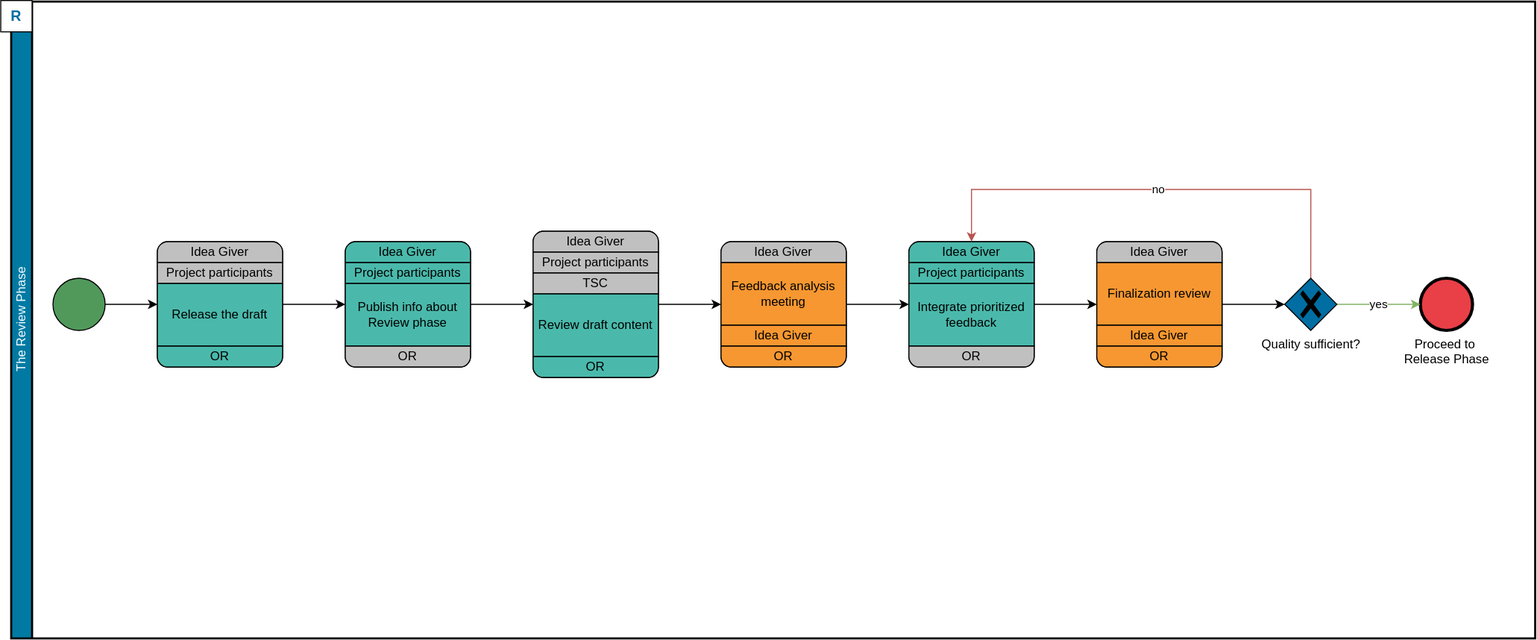
asam-ev/asam-project-guide keeps this draw.io diagram as projectintroduction/v1.0.0/compendium/_images/asam/review_phase.drawio.svg. Above is the earlier version. Source tidied: cells renumbered, new cells last; positions are measured from the earlier drawing's top-left corner, leaving out a move shared by most shapes.
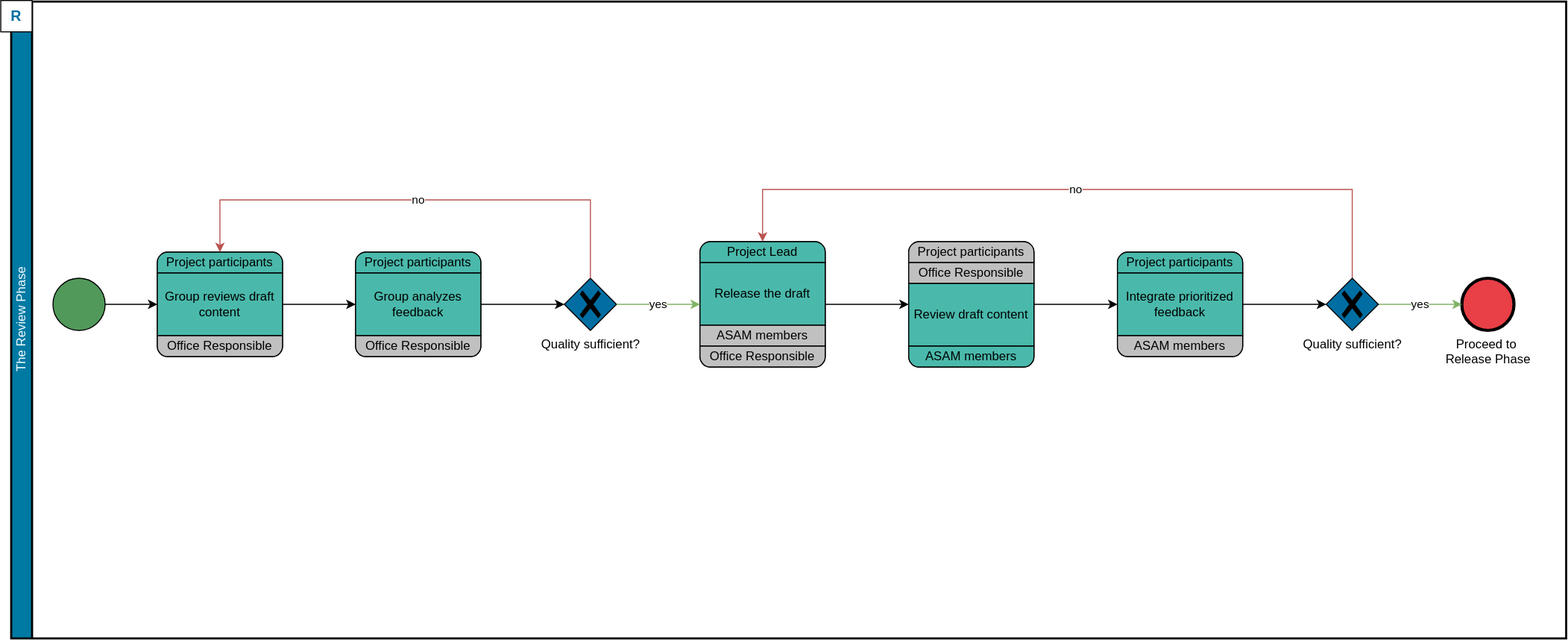
After the change.

Diff of the diagram source:
```diff
@@ -3,144 +3,128 @@
     <mxCell id="0" />
     <mxCell id="1" parent="0" />
     <mxCell id="2" value="The Review Phase" style="swimlane;html=1;startSize=20;fontStyle=0;horizontal=0;swimlaneLine=1;swimlaneFillColor=#ffffff;strokeWidth=2;fillColor=#007AA3;fontColor=#F5FDFF;" parent="1" vertex="1">
-      <mxGeometry x="10" y="1" width="1460" height="610" as="geometry" />
+      <mxGeometry x="10" y="1" width="1490" height="610" as="geometry" />
     </mxCell>
     <mxCell id="3" value="R" style="whiteSpace=wrap;html=1;fontColor=#006EA2;fillColor=#FFFFFF;fontSize=14;fontStyle=1;" parent="2" vertex="1">
       <mxGeometry x="-10" y="-1" width="30" height="30" as="geometry" />
     </mxCell>
-    <mxCell id="4" value="Draft Project Proposal, gather ideas and feature requests" style="rounded=1;whiteSpace=wrap;html=1;absoluteArcSize=1;arcSize=20;horizontal=1;fillColor=#4AB9AB;" parent="2" vertex="1">
-      <mxGeometry x="320" y="230" width="120" height="120" as="geometry" />
-    </mxCell>
-    <mxCell id="5" value="Idea Giver" style="whiteSpace=wrap;html=1;shape=mxgraph.basic.rect;size=10;rectStyle=rounded;bottomRightStyle=square;bottomLeftStyle=square;fillColor=#4AB9AB;" parent="4" vertex="1">
-      <mxGeometry width="120" height="20" as="geometry" />
-    </mxCell>
-    <mxCell id="6" value="Project participants" style="shape=mxgraph.bpmn.task;taskMarker=abstract;rectStyle=square;whiteSpace=wrap;fillColor=#4AB9AB;" parent="4" vertex="1">
-      <mxGeometry y="20" width="120" height="20" as="geometry" />
-    </mxCell>
-    <mxCell id="7" value="Publish info about Review phase" style="shape=mxgraph.bpmn.task;taskMarker=abstract;whiteSpace=wrap;fillColor=#4AB9AB;" parent="4" vertex="1">
-      <mxGeometry y="40" width="120" height="60" as="geometry" />
-    </mxCell>
-    <mxCell id="8" value="GTM" style="whiteSpace=wrap;html=1;shape=mxgraph.basic.rect;size=10;rectStyle=rounded;topRightStyle=square;topLeftStyle=square;fillColor=#C0C0C0;" parent="4" vertex="1">
-      <mxGeometry y="100" width="120" height="20" as="geometry" />
-    </mxCell>
-    <mxCell id="9" style="edgeStyle=orthogonalEdgeStyle;rounded=0;jettySize=auto;html=1;exitX=1;exitY=0.5;exitDx=0;exitDy=0;endArrow=classic;endFill=1;" parent="2" edge="1" source="4" target="12">
+    <mxCell id="9" style="edgeStyle=orthogonalEdgeStyle;rounded=0;jettySize=auto;html=1;endArrow=classic;endFill=1;" parent="2" edge="1" source="21" target="12">
       <mxGeometry relative="1" as="geometry" />
     </mxCell>
     <mxCell id="10" style="points=[[0.145,0.145,0],[0.5,0,0],[0.855,0.145,0],[1,0.5,0],[0.855,0.855,0],[0.5,1,0],[0.145,0.855,0],[0,0.5,0]];shape=mxgraph.bpmn.event;html=1;verticalLabelPosition=bottom;labelBackgroundColor=#ffffff;verticalAlign=top;align=center;perimeter=ellipsePerimeter;outlineConnect=0;outline=standard;symbol=general;fillColor=#51995B;" parent="2" vertex="1">
       <mxGeometry x="40" y="265" width="50" height="50" as="geometry" />
     </mxCell>
-    <mxCell id="11" style="edgeStyle=orthogonalEdgeStyle;rounded=0;jettySize=auto;html=1;" parent="2" edge="1" source="10" target="21">
-      <mxGeometry relative="1" as="geometry" />
-    </mxCell>
     <mxCell id="12" value="Draft Project Proposal, gather ideas and feature requests" style="rounded=1;whiteSpace=wrap;html=1;absoluteArcSize=1;arcSize=20;horizontal=1;fillColor=#4AB9AB;" parent="2" vertex="1">
-      <mxGeometry x="500" y="220" width="120" height="140" as="geometry" />
+      <mxGeometry x="860" y="230" width="120" height="120" as="geometry" />
     </mxCell>
-    <mxCell id="13" value="Idea Giver" style="whiteSpace=wrap;html=1;shape=mxgraph.basic.rect;size=10;rectStyle=rounded;bottomRightStyle=square;bottomLeftStyle=square;fillColor=#C0C0C0;" parent="12" vertex="1">
+    <mxCell id="13" value="Project participants" style="whiteSpace=wrap;html=1;shape=mxgraph.basic.rect;size=10;rectStyle=rounded;bottomRightStyle=square;bottomLeftStyle=square;fillColor=#C0C0C0;" parent="12" vertex="1">
       <mxGeometry width="120" height="20" as="geometry" />
     </mxCell>
-    <mxCell id="14" value="Project participants" style="shape=mxgraph.bpmn.task;taskMarker=abstract;rectStyle=square;whiteSpace=wrap;fillColor=#C0C0C0;" parent="12" vertex="1">
-      <mxGeometry y="20" width="120" height="20" as="geometry" />
-    </mxCell>
-    <mxCell id="15" value="TSC" style="shape=mxgraph.bpmn.task;taskMarker=abstract;rectStyle=square;whiteSpace=wrap;fillColor=#C0C0C0;" parent="12" vertex="1">
-      <mxGeometry y="40" width="120" height="20" as="geometry" />
-    </mxCell>
+    <mxCell id="47" value="Office Responsible" style="shape=mxgraph.bpmn.task;taskMarker=abstract;rectStyle=square;whiteSpace=wrap;fillColor=#C0C0C0;" parent="12" vertex="1">
+      <mxGeometry y="20" width="120" height="20" as="geometry" />
+    </mxCell>
     <mxCell id="16" value="Review draft content" style="shape=mxgraph.bpmn.task;taskMarker=abstract;whiteSpace=wrap;fillColor=#4AB9AB;" parent="12" vertex="1">
-      <mxGeometry y="60" width="120" height="60" as="geometry" />
+      <mxGeometry y="40" width="120" height="60" as="geometry" />
     </mxCell>
-    <mxCell id="17" value="GTM" style="whiteSpace=wrap;html=1;shape=mxgraph.basic.rect;size=10;rectStyle=rounded;topRightStyle=square;topLeftStyle=square;fillColor=#4AB9AB;" parent="12" vertex="1">
-      <mxGeometry y="120" width="120" height="20" as="geometry" />
+    <mxCell id="17" value="ASAM members" style="whiteSpace=wrap;html=1;shape=mxgraph.basic.rect;size=10;rectStyle=rounded;topRightStyle=square;topLeftStyle=square;fillColor=#4AB9AB;" parent="12" vertex="1">
+      <mxGeometry y="100" width="120" height="20" as="geometry" />
     </mxCell>
-    <mxCell id="18" style="edgeStyle=orthogonalEdgeStyle;rounded=0;jettySize=auto;html=1;exitX=1;exitY=0.5;exitDx=0;exitDy=0;" parent="2" edge="1" source="12" target="28">
+    <mxCell id="18" style="edgeStyle=orthogonalEdgeStyle;rounded=0;jettySize=auto;html=1;exitX=1;exitY=0.5;exitDx=0;exitDy=0;" parent="2" edge="1" source="12" target="34">
       <mxGeometry relative="1" as="geometry" />
     </mxCell>
     <mxCell id="19" value="Proceed to&amp;nbsp;&lt;br&gt;Release Phase" style="points=[[0.145,0.145,0],[0.5,0,0],[0.855,0.145,0],[1,0.5,0],[0.855,0.855,0],[0.5,1,0],[0.145,0.855,0],[0,0.5,0]];shape=mxgraph.bpmn.event;html=1;verticalLabelPosition=bottom;labelBackgroundColor=#ffffff;verticalAlign=top;align=center;perimeter=ellipsePerimeter;outlineConnect=0;outline=end;symbol=terminate2;fillColor=#E93F47;" parent="2" vertex="1">
-      <mxGeometry x="1350" y="265" width="50" height="50" as="geometry" />
+      <mxGeometry x="1390" y="265" width="50" height="50" as="geometry" />
     </mxCell>
     <mxCell id="20" value="yes" style="edgeStyle=orthogonalEdgeStyle;rounded=0;jettySize=auto;html=1;fillColor=#d5e8d4;strokeColor=#82b366;" parent="2" edge="1" source="46" target="19">
       <mxGeometry relative="1" as="geometry" />
     </mxCell>
     <mxCell id="21" value="Draft Project Proposal, gather ideas and feature requests" style="rounded=1;whiteSpace=wrap;html=1;absoluteArcSize=1;arcSize=20;horizontal=1;fillColor=#4AB9AB;" parent="2" vertex="1">
-      <mxGeometry x="140" y="230" width="120" height="120" as="geometry" />
+      <mxGeometry x="660" y="230" width="120" height="120" as="geometry" />
     </mxCell>
-    <mxCell id="22" value="Idea Giver" style="whiteSpace=wrap;html=1;shape=mxgraph.basic.rect;size=10;rectStyle=rounded;bottomRightStyle=square;bottomLeftStyle=square;fillColor=#C0C0C0;" parent="21" vertex="1">
+    <mxCell id="22" value="Project Lead" style="whiteSpace=wrap;html=1;shape=mxgraph.basic.rect;size=10;rectStyle=rounded;bottomRightStyle=square;bottomLeftStyle=square;fillColor=#4AB9AB;" parent="21" vertex="1">
       <mxGeometry width="120" height="20" as="geometry" />
     </mxCell>
-    <mxCell id="23" value="Project participants" style="shape=mxgraph.bpmn.task;taskMarker=abstract;rectStyle=square;whiteSpace=wrap;fillColor=#C0C0C0;" parent="21" vertex="1">
-      <mxGeometry y="20" width="120" height="20" as="geometry" />
-    </mxCell>
     <mxCell id="24" value="Release the draft" style="shape=mxgraph.bpmn.task;taskMarker=abstract;whiteSpace=wrap;fillColor=#4AB9AB;" parent="21" vertex="1">
-      <mxGeometry y="40" width="120" height="60" as="geometry" />
+      <mxGeometry y="20" width="120" height="60" as="geometry" />
     </mxCell>
+    <mxCell id="48" value="ASAM members" style="shape=mxgraph.bpmn.task;taskMarker=abstract;rectStyle=square;whiteSpace=wrap;fillColor=#C0C0C0;" parent="21" vertex="1">
+      <mxGeometry y="80" width="120" height="20" as="geometry" />
+    </mxCell>
-    <mxCell id="25" value="GTM" style="whiteSpace=wrap;html=1;shape=mxgraph.basic.rect;size=10;rectStyle=rounded;topRightStyle=square;topLeftStyle=square;fillColor=#4AB9AB;rounded=1;arcSize=20;" parent="21" vertex="1">
+    <mxCell id="25" value="Office Responsible" style="whiteSpace=wrap;html=1;shape=mxgraph.basic.rect;size=10;rectStyle=rounded;topRightStyle=square;topLeftStyle=square;fillColor=#C0C0C0;rounded=1;arcSize=20;" parent="21" vertex="1">
       <mxGeometry y="100" width="120" height="20" as="geometry" />
     </mxCell>
-    <mxCell id="26" style="edgeStyle=orthogonalEdgeStyle;rounded=0;jettySize=auto;html=1;" parent="2" edge="1" source="21" target="4">
-      <mxGeometry relative="1" as="geometry" />
-    </mxCell>
-    <mxCell id="27" style="edgeStyle=orthogonalEdgeStyle;rounded=0;jettySize=auto;html=1;" parent="2" edge="1" source="28" target="34">
-      <mxGeometry relative="1" as="geometry" />
-    </mxCell>
-    <mxCell id="28" value="Draft Project Proposal, gather ideas and feature requests" style="rounded=1;whiteSpace=wrap;html=1;absoluteArcSize=1;arcSize=20;horizontal=1;fillColor=#4AB9AB;" parent="2" vertex="1">
-      <mxGeometry x="680" y="230" width="120" height="120" as="geometry" />
-    </mxCell>
-    <mxCell id="29" value="Idea Giver" style="whiteSpace=wrap;html=1;shape=mxgraph.basic.rect;size=10;rectStyle=rounded;bottomRightStyle=square;bottomLeftStyle=square;fillColor=#C0C0C0;" parent="28" vertex="1">
-      <mxGeometry width="120" height="20" as="geometry" />
-    </mxCell>
-    <mxCell id="30" value="Feedback analysis meeting" style="shape=mxgraph.bpmn.task;taskMarker=abstract;whiteSpace=wrap;fillColor=#F69731;" parent="28" vertex="1">
-      <mxGeometry y="20" width="120" height="60" as="geometry" />
-    </mxCell>
-    <mxCell id="31" value="Idea Giver" style="shape=mxgraph.bpmn.task;taskMarker=abstract;rectStyle=square;whiteSpace=wrap;fillColor=#F69731;" parent="28" vertex="1">
-      <mxGeometry y="80" width="120" height="20" as="geometry" />
-    </mxCell>
-    <mxCell id="32" value="GTM" style="whiteSpace=wrap;html=1;shape=mxgraph.basic.rect;size=10;rectStyle=rounded;topRightStyle=square;topLeftStyle=square;fillColor=#F69731;" parent="28" vertex="1">
-      <mxGeometry y="100" width="120" height="20" as="geometry" />
-    </mxCell>
-    <mxCell id="33" style="edgeStyle=orthogonalEdgeStyle;rounded=0;jettySize=auto;html=1;" parent="2" edge="1" source="34" target="40">
-      <mxGeometry relative="1" as="geometry" />
-    </mxCell>
     <mxCell id="34" value="Draft Project Proposal, gather ideas and feature requests" style="rounded=1;whiteSpace=wrap;html=1;absoluteArcSize=1;arcSize=20;horizontal=1;fillColor=#4AB9AB;" parent="2" vertex="1">
-      <mxGeometry x="860" y="230" width="120" height="120" as="geometry" />
+      <mxGeometry x="1060" y="240" width="120" height="100" as="geometry" />
     </mxCell>
-    <mxCell id="35" value="Idea Giver" style="whiteSpace=wrap;html=1;shape=mxgraph.basic.rect;size=10;rectStyle=rounded;bottomRightStyle=square;bottomLeftStyle=square;fillColor=#4AB9AB;" parent="34" vertex="1">
+    <mxCell id="35" value="Project participants" style="whiteSpace=wrap;html=1;shape=mxgraph.basic.rect;size=10;rectStyle=rounded;bottomRightStyle=square;bottomLeftStyle=square;fillColor=#4AB9AB;" parent="34" vertex="1">
       <mxGeometry width="120" height="20" as="geometry" />
     </mxCell>
-    <mxCell id="36" value="Project participants" style="shape=mxgraph.bpmn.task;taskMarker=abstract;rectStyle=square;whiteSpace=wrap;fillColor=#4AB9AB;" parent="34" vertex="1">
-      <mxGeometry y="20" width="120" height="20" as="geometry" />
-    </mxCell>
     <mxCell id="37" value="Integrate prioritized feedback" style="shape=mxgraph.bpmn.task;taskMarker=abstract;whiteSpace=wrap;fillColor=#4AB9AB;" parent="34" vertex="1">
-      <mxGeometry y="40" width="120" height="60" as="geometry" />
+      <mxGeometry y="20" width="120" height="60" as="geometry" />
     </mxCell>
-    <mxCell id="38" value="GTM" style="whiteSpace=wrap;html=1;shape=mxgraph.basic.rect;size=10;rectStyle=rounded;topRightStyle=square;topLeftStyle=square;fillColor=#C0C0C0;" parent="34" vertex="1">
-      <mxGeometry y="100" width="120" height="20" as="geometry" />
+    <mxCell id="38" value="ASAM members" style="whiteSpace=wrap;html=1;shape=mxgraph.basic.rect;size=10;rectStyle=rounded;topRightStyle=square;topLeftStyle=square;fillColor=#C0C0C0;" parent="34" vertex="1">
+      <mxGeometry y="80" width="120" height="20" as="geometry" />
     </mxCell>
-    <mxCell id="39" style="edgeStyle=orthogonalEdgeStyle;rounded=0;jettySize=auto;html=1;" parent="2" edge="1" source="40" target="46">
+    <mxCell id="39" style="edgeStyle=orthogonalEdgeStyle;rounded=0;jettySize=auto;html=1;" parent="2" edge="1" source="34" target="46">
       <mxGeometry relative="1" as="geometry" />
     </mxCell>
-    <mxCell id="40" value="Draft Project Proposal, gather ideas and feature requests" style="rounded=1;whiteSpace=wrap;html=1;absoluteArcSize=1;arcSize=20;horizontal=1;fillColor=#4AB9AB;" parent="2" vertex="1">
-      <mxGeometry x="1040" y="230" width="120" height="120" as="geometry" />
-    </mxCell>
-    <mxCell id="41" value="Idea Giver" style="whiteSpace=wrap;html=1;shape=mxgraph.basic.rect;size=10;rectStyle=rounded;bottomRightStyle=square;bottomLeftStyle=square;fillColor=#C0C0C0;" parent="40" vertex="1">
-      <mxGeometry width="120" height="20" as="geometry" />
-    </mxCell>
-    <mxCell id="42" value="Finalization review" style="shape=mxgraph.bpmn.task;taskMarker=abstract;whiteSpace=wrap;fillColor=#F69731;" parent="40" vertex="1">
-      <mxGeometry y="20" width="120" height="60" as="geometry" />
-    </mxCell>
-    <mxCell id="43" value="Idea Giver" style="shape=mxgraph.bpmn.task;taskMarker=abstract;rectStyle=square;whiteSpace=wrap;fillColor=#F69731;" parent="40" vertex="1">
-      <mxGeometry y="80" width="120" height="20" as="geometry" />
-    </mxCell>
-    <mxCell id="44" value="GTM" style="whiteSpace=wrap;html=1;shape=mxgraph.basic.rect;size=10;rectStyle=rounded;topRightStyle=square;topLeftStyle=square;fillColor=#F69731;" parent="40" vertex="1">
-      <mxGeometry y="100" width="120" height="20" as="geometry" />
-    </mxCell>
-    <mxCell id="45" value="no" style="edgeStyle=orthogonalEdgeStyle;rounded=0;jettySize=auto;html=1;exitX=0.5;exitY=0;exitDx=0;exitDy=0;exitPerimeter=0;entryX=0.5;entryY=0;entryDx=0;entryDy=0;fillColor=#f8cecc;strokeColor=#b85450;" parent="2" edge="1" source="46" target="34">
+    <mxCell id="45" value="no" style="edgeStyle=orthogonalEdgeStyle;rounded=0;jettySize=auto;html=1;exitX=0.5;exitY=0;exitDx=0;exitDy=0;exitPerimeter=0;entryX=0.5;entryY=0;entryDx=0;entryDy=0;fillColor=#f8cecc;strokeColor=#b85450;" parent="2" edge="1" source="46" target="21">
       <mxGeometry relative="1" as="geometry">
         <Array as="points">
-          <mxPoint x="1245" y="180" />
-          <mxPoint x="920" y="180" />
+          <mxPoint x="1285" y="180" />
+          <mxPoint x="720" y="180" />
         </Array>
       </mxGeometry>
     </mxCell>
     <mxCell id="46" value="Quality sufficient?" style="points=[[0.25,0.25,0],[0.5,0,0],[0.75,0.25,0],[1,0.5,0],[0.75,0.75,0],[0.5,1,0],[0.25,0.75,0],[0,0.5,0]];shape=mxgraph.bpmn.gateway2;html=1;verticalLabelPosition=bottom;labelBackgroundColor=#ffffff;verticalAlign=top;align=center;perimeter=rhombusPerimeter;outlineConnect=0;outline=none;symbol=none;gwType=exclusive;fillColor=#006EA2;" parent="2" vertex="1">
-      <mxGeometry x="1220" y="265" width="50" height="50" as="geometry" />
+      <mxGeometry x="1260" y="265" width="50" height="50" as="geometry" />
     </mxCell>
+    <mxCell id="49" style="edgeStyle=orthogonalEdgeStyle;rounded=0;jettySize=auto;html=1;exitX=1;exitY=0.5;exitDx=0;exitDy=0;entryX=0;entryY=0.5;entryDx=0;entryDy=0;endArrow=classic;endFill=1;" parent="2" edge="1" source="50" target="55">
+      <mxGeometry relative="1" as="geometry" />
+    </mxCell>
+    <mxCell id="50" value="Draft Project Proposal, gather ideas and feature requests" style="rounded=1;whiteSpace=wrap;html=1;absoluteArcSize=1;arcSize=20;horizontal=1;fillColor=#4AB9AB;" parent="2" vertex="1">
+      <mxGeometry x="140" y="240" width="120" height="100" as="geometry" />
+    </mxCell>
+    <mxCell id="51" value="Project participants" style="whiteSpace=wrap;html=1;shape=mxgraph.basic.rect;size=10;rectStyle=rounded;bottomRightStyle=square;bottomLeftStyle=square;fillColor=#4AB9AB;" parent="50" vertex="1">
+      <mxGeometry width="120" height="20" as="geometry" />
+    </mxCell>
+    <mxCell id="52" value="Group reviews draft content" style="shape=mxgraph.bpmn.task;taskMarker=abstract;whiteSpace=wrap;fillColor=#4AB9AB;" parent="50" vertex="1">
+      <mxGeometry y="20" width="120" height="60" as="geometry" />
+    </mxCell>
+    <mxCell id="53" value="Office Responsible" style="whiteSpace=wrap;html=1;shape=mxgraph.basic.rect;size=10;rectStyle=rounded;topRightStyle=square;topLeftStyle=square;fillColor=#C0C0C0;" parent="50" vertex="1">
+      <mxGeometry y="80" width="120" height="20" as="geometry" />
+    </mxCell>
+    <mxCell id="54" style="edgeStyle=orthogonalEdgeStyle;rounded=0;jettySize=auto;html=1;endArrow=classic;endFill=1;" parent="2" edge="1" source="10" target="50">
+      <mxGeometry relative="1" as="geometry" />
+    </mxCell>
+    <mxCell id="55" value="Draft Project Proposal, gather ideas and feature requests" style="rounded=1;whiteSpace=wrap;html=1;absoluteArcSize=1;arcSize=20;horizontal=1;fillColor=#4AB9AB;" parent="2" vertex="1">
+      <mxGeometry x="330" y="240" width="120" height="100" as="geometry" />
+    </mxCell>
+    <mxCell id="56" value="Project participants" style="whiteSpace=wrap;html=1;shape=mxgraph.basic.rect;size=10;rectStyle=rounded;bottomRightStyle=square;bottomLeftStyle=square;fillColor=#4AB9AB;" parent="55" vertex="1">
+      <mxGeometry width="120" height="20" as="geometry" />
+    </mxCell>
+    <mxCell id="57" value="Group analyzes feedback" style="shape=mxgraph.bpmn.task;taskMarker=abstract;whiteSpace=wrap;fillColor=#4AB9AB;" parent="55" vertex="1">
+      <mxGeometry y="20" width="120" height="60" as="geometry" />
+    </mxCell>
+    <mxCell id="58" value="Office Responsible" style="whiteSpace=wrap;html=1;shape=mxgraph.basic.rect;size=10;rectStyle=rounded;topRightStyle=square;topLeftStyle=square;fillColor=#C0C0C0;" parent="55" vertex="1">
+      <mxGeometry y="80" width="120" height="20" as="geometry" />
+    </mxCell>
+    <mxCell id="59" value="Quality sufficient?" style="points=[[0.25,0.25,0],[0.5,0,0],[0.75,0.25,0],[1,0.5,0],[0.75,0.75,0],[0.5,1,0],[0.25,0.75,0],[0,0.5,0]];shape=mxgraph.bpmn.gateway2;html=1;verticalLabelPosition=bottom;labelBackgroundColor=#ffffff;verticalAlign=top;align=center;perimeter=rhombusPerimeter;outlineConnect=0;outline=none;symbol=none;gwType=exclusive;fillColor=#006EA2;" parent="2" vertex="1">
+      <mxGeometry x="530" y="265" width="50" height="50" as="geometry" />
+    </mxCell>
+    <mxCell id="60" style="edgeStyle=orthogonalEdgeStyle;rounded=0;jettySize=auto;html=1;startArrow=none;endArrow=classic;endFill=1;" parent="2" edge="1" source="55" target="59">
+      <mxGeometry relative="1" as="geometry" />
+    </mxCell>
+    <mxCell id="61" value="no" style="edgeStyle=orthogonalEdgeStyle;rounded=0;jettySize=auto;html=1;exitX=0.5;exitY=0;exitDx=0;exitDy=0;exitPerimeter=0;entryX=0.5;entryY=0;entryDx=0;entryDy=0;fillColor=#f8cecc;strokeColor=#b85450;" parent="2" edge="1" source="59" target="50">
+      <mxGeometry relative="1" as="geometry">
+        <Array as="points">
+          <mxPoint x="555" y="190" />
+          <mxPoint x="200" y="190" />
+        </Array>
+      </mxGeometry>
+    </mxCell>
+    <mxCell id="62" value="yes" style="edgeStyle=orthogonalEdgeStyle;rounded=0;jettySize=auto;html=1;fillColor=#d5e8d4;strokeColor=#82b366;" parent="2" edge="1" source="59" target="21">
+      <mxGeometry relative="1" as="geometry" />
+    </mxCell>
   </root>
 </mxGraphModel>
```
